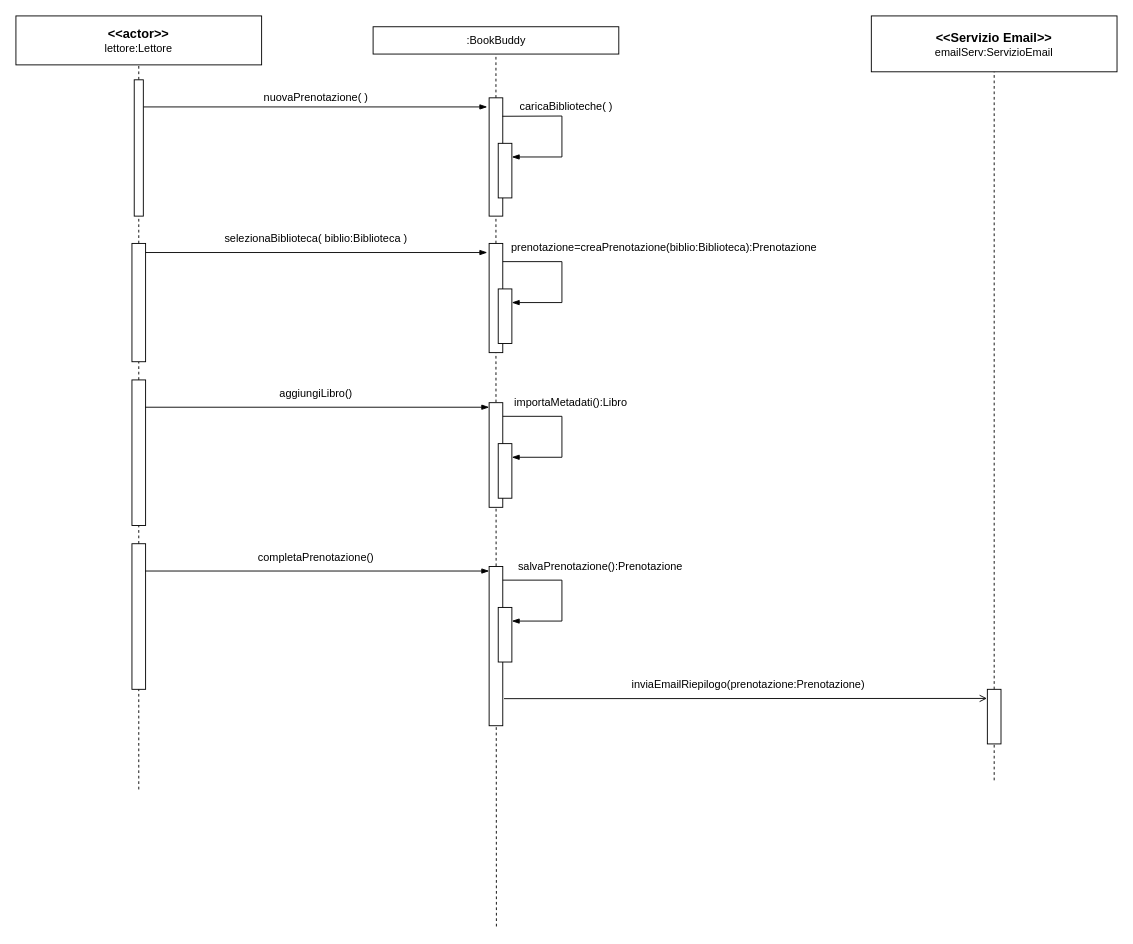
This is Elaborati Progettazione/Prenota Libro/Diagramma di sequenza/Prenota Libro - sequenza.drawio from Tom-n7/progettoMurakami, a draw.io file, before an edit. Source tidied: cells renumbered, new cells numbered last; positions are measured from the earlier drawing's top-left corner, leaving out a move shared by most shapes. Both pictures are drawn from the tidied source at 91%, with x=0, y=0 at pixel (15, 15).
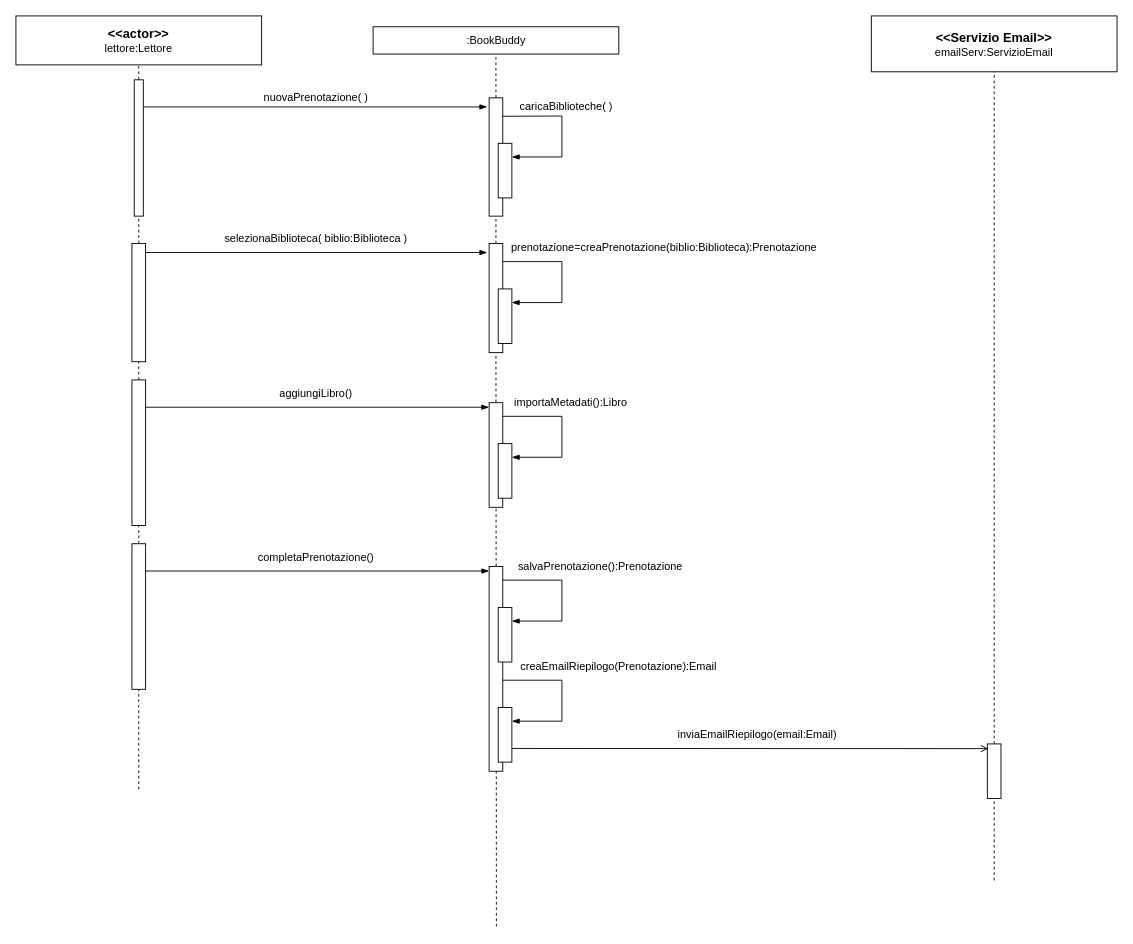
Above is the later version.

Commit message:
Piccolo aggiornamento prima versione diagramma di sequenza.

What changed in the source:
```diff
@@
     <mxCell id="41" style="rounded=0;whiteSpace=wrap;html=1;" parent="1" vertex="1">
-      <mxGeometry x="520" y="605" width="15" height="175" as="geometry" />
+      <mxGeometry x="520" y="605" width="15" height="225" as="geometry" />
     </mxCell>
@@
     <mxCell id="50" style="group;" parent="1" vertex="1">
-      <mxGeometry x="540" y="720" width="530" height="30" as="geometry" />
+      <mxGeometry x="620" y="775" width="390" height="30" as="geometry" />
     </mxCell>
     <mxCell id="51" style="endArrow=blockThin;html=1;rounded=0;endFill=1;" parent="50" edge="1">
       <mxGeometry relative="1" as="geometry">
-        <mxPoint x="530" as="sourcePoint" />
-        <mxPoint x="530" as="targetPoint" />
+        <mxPoint x="390" as="sourcePoint" />
+        <mxPoint x="390" as="targetPoint" />
       </mxGeometry>
     </mxCell>
     <mxCell id="52" style="endArrow=blockThin;html=1;rounded=0;endFill=1;" parent="50" edge="1">
       <mxGeometry relative="1" as="geometry">
-        <mxPoint x="2.9" as="sourcePoint" />
-        <mxPoint x="2.9" as="targetPoint" />
+        <mxPoint x="2.2" as="sourcePoint" />
+        <mxPoint x="2.2" as="targetPoint" />
       </mxGeometry>
     </mxCell>
-    <mxCell id="53" style="endArrow=open;html=1;rounded=0;endFill=0;startArrow=none;startFill=0;exitX=1.091;exitY=0.83;exitDx=0;exitDy=0;exitPerimeter=0;" parent="50" edge="1" source="41">
-      <mxGeometry relative="1" as="geometry">
-        <mxPoint x="527.1" y="30" as="targetPoint" />
-      </mxGeometry>
-    </mxCell>
-    <mxCell id="54" value="inviaEmailRiepilogo(prenotazione:Prenotazione)" style="text;html=1;strokeColor=none;fillColor=none;align=center;verticalAlign=middle;whiteSpace=wrap;rounded=0;" parent="50" vertex="1">
-      <mxGeometry width="530" height="30" as="geometry" />
+    <mxCell id="54" value="inviaEmailRiepilogo(email:Email)" style="text;html=1;strokeColor=none;fillColor=none;align=center;verticalAlign=middle;whiteSpace=wrap;rounded=0;" parent="50" vertex="1">
+      <mxGeometry width="390" height="30" as="geometry" />
     </mxCell>
     <mxCell id="55" style="endArrow=none;dashed=1;html=1;rounded=0;entryX=0.5;entryY=1;entryDx=0;entryDy=0;" parent="1" edge="1" target="56">
       <mxGeometry relative="1" as="geometry">
-        <mxPoint x="1075" y="840" as="sourcePoint" />
+        <mxPoint x="1075" y="950" as="sourcePoint" />
       </mxGeometry>
     </mxCell>
     <mxCell id="56" style="rounded=0;whiteSpace=wrap;html=1;" parent="1" vertex="1">
-      <mxGeometry x="1067.5" y="740" width="15" height="60" as="geometry" />
+      <mxGeometry x="1067.5" y="800" width="15" height="60" as="geometry" />
     </mxCell>
+    <mxCell id="57" style="rounded=0;whiteSpace=wrap;html=1;" parent="1" vertex="1">
+      <mxGeometry x="530" y="760" width="15" height="60" as="geometry" />
+    </mxCell>
+    <mxCell id="58" style="endArrow=blockThin;html=1;rounded=0;endFill=1;exitX=0.039;exitY=1;exitDx=0;exitDy=0;entryX=1;entryY=0.25;entryDx=0;entryDy=0;exitPerimeter=0;" parent="1" edge="1" target="57">
+      <mxGeometry relative="1" as="geometry">
+        <mxPoint x="535" y="730" as="sourcePoint" />
+        <Array as="points">
+          <mxPoint x="600" y="730" />
+          <mxPoint x="600" y="775" />
+        </Array>
+      </mxGeometry>
+    </mxCell>
+    <mxCell id="59" value="creaEmailRiepilogo(Prenotazione):Email" style="text;html=1;strokeColor=none;fillColor=none;align=center;verticalAlign=middle;whiteSpace=wrap;rounded=0;" parent="1" vertex="1">
+      <mxGeometry x="535" y="700" width="255" height="30" as="geometry" />
+    </mxCell>
+    <mxCell id="53" style="endArrow=open;html=1;rounded=0;endFill=0;startArrow=none;startFill=0;exitX=1;exitY=0.75;exitDx=0;exitDy=0;entryX=0.062;entryY=0.086;entryDx=0;entryDy=0;entryPerimeter=0;" parent="1" edge="1" source="57" target="56">
+      <mxGeometry relative="1" as="geometry" />
+    </mxCell>
```
